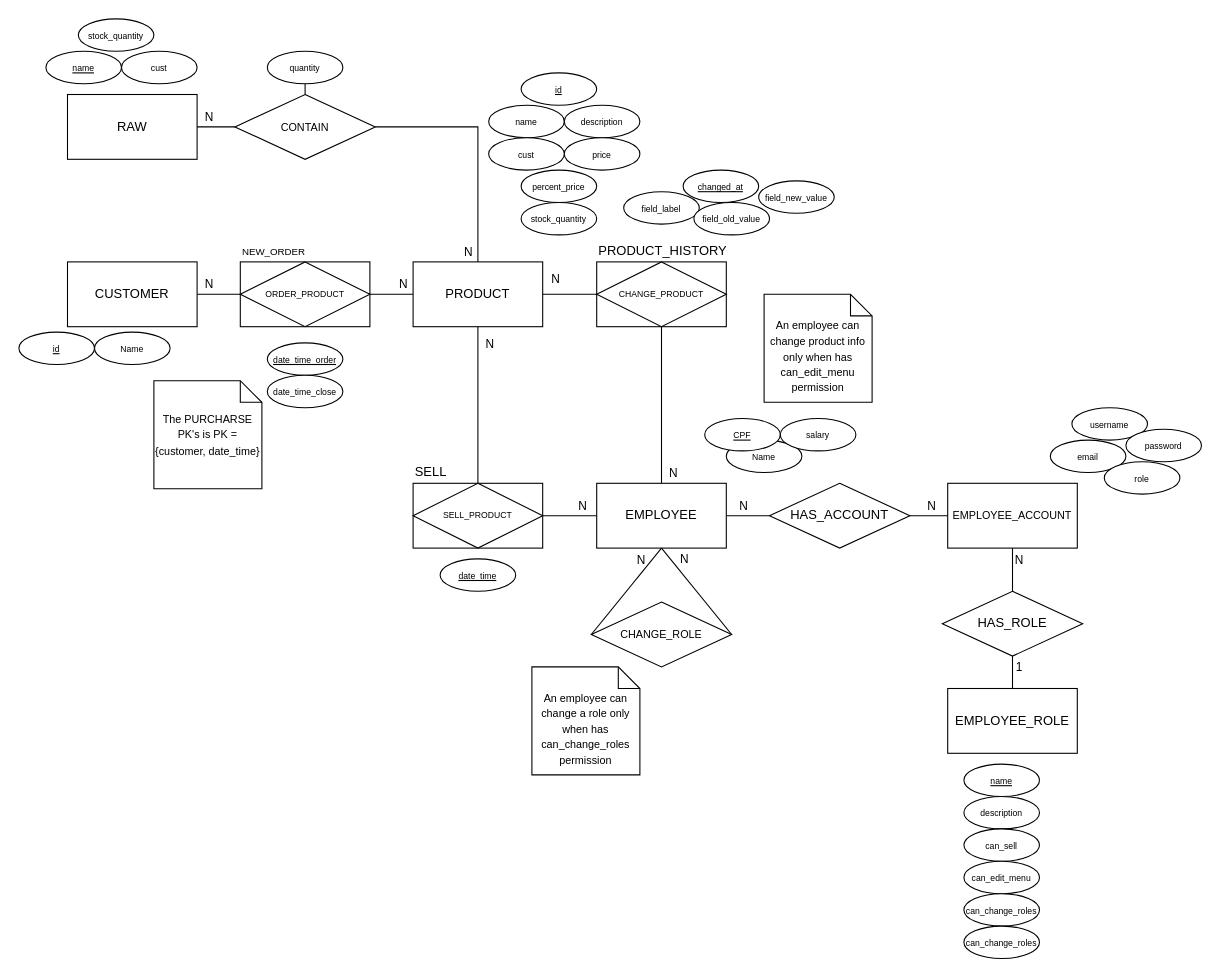
Before: page "Diagrama ER" (1 of 2) of database/database.drawio in ikuyorih9/HisamiDoceria, a draw.io diagram. Source tidied: cells renumbered, new cells numbered last; positions are measured from the earlier drawing's top-left corner, leaving out a move shared by most shapes. Both pictures are drawn from the tidied source at 108%, with x=0, y=0 at pixel (18, 18).
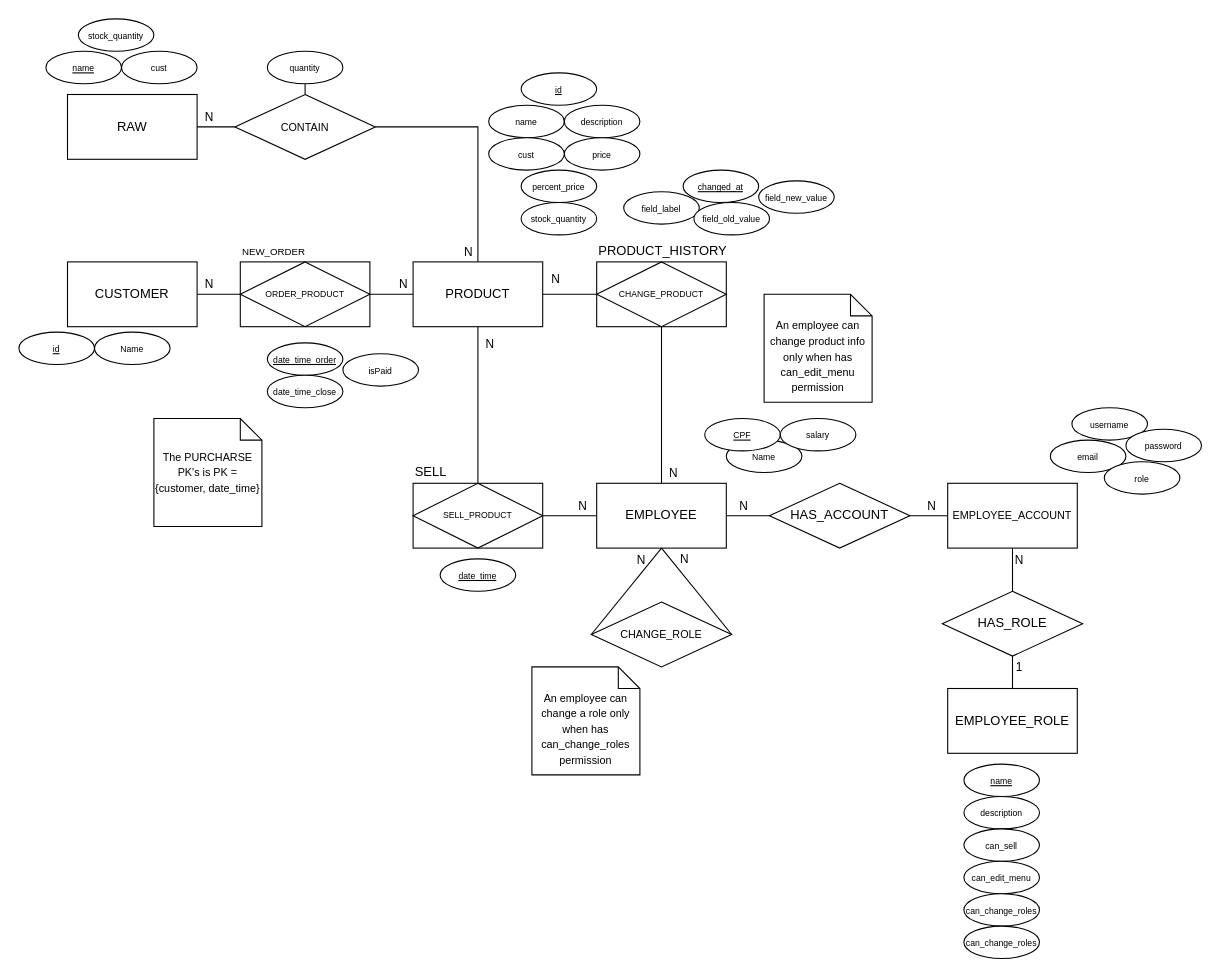
Above is the later version.

Commit message (it also covers changes not shown here):
add  isPaid column to new order

What changed in the source:
```diff
@@
     <mxCell id="49" value="&lt;div&gt;&lt;font style=&quot;font-size: 10px;&quot;&gt;The PURCHARSE PK's is PK = {customer, date_time}&lt;/font&gt;&lt;/div&gt;" style="shape=note;size=20;whiteSpace=wrap;html=1;" parent="1" vertex="1">
-      <mxGeometry x="125" y="335" width="100" height="100" as="geometry" />
+      <mxGeometry x="125" y="370" width="100" height="100" as="geometry" />
     </mxCell>
@@
+    <mxCell id="88" value="&lt;span style=&quot;font-size: 8px;&quot;&gt;isPaid&lt;/span&gt;" style="ellipse;whiteSpace=wrap;html=1;align=center;" parent="1" vertex="1">
+      <mxGeometry x="300" y="310" width="70" height="30" as="geometry" />
+    </mxCell>
```
